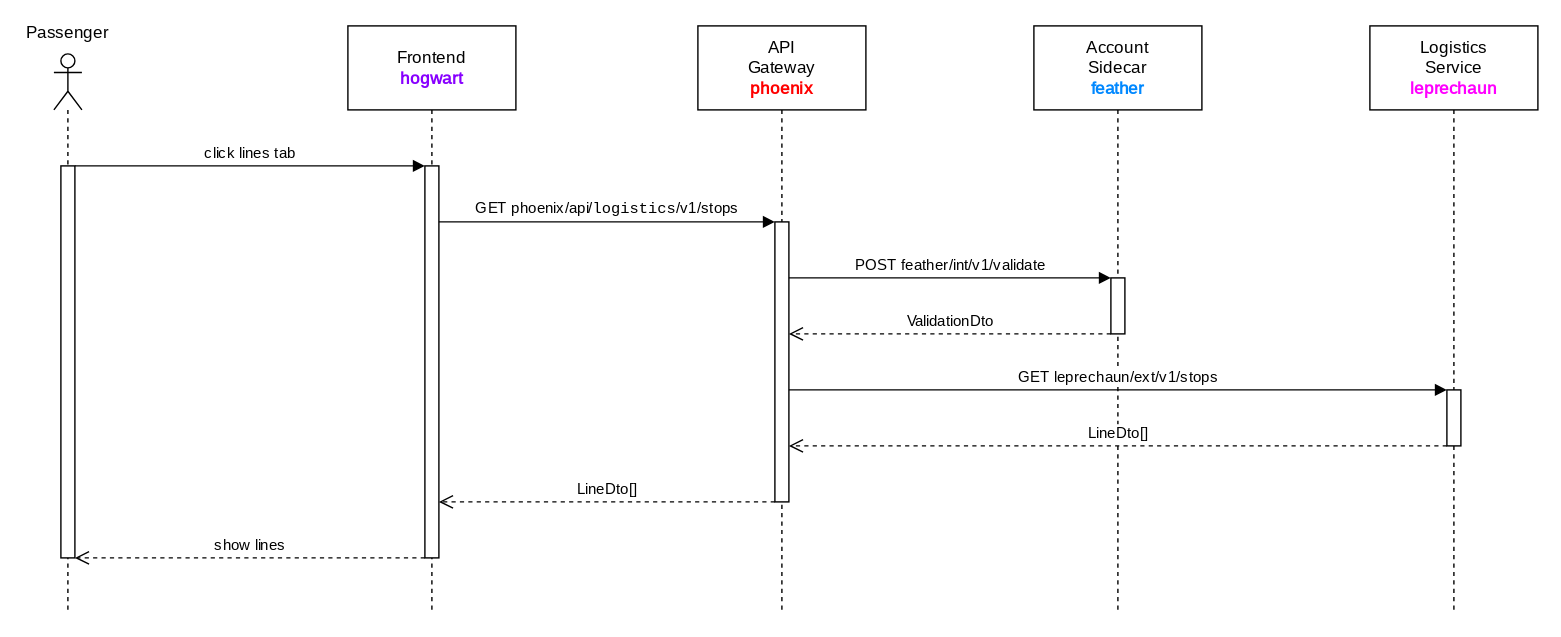
Before: documentation/course/e2/images/sequence-diagram-leprechaun-get-lines.drawio.svg, a diagram exported from draw.io (PWR-ACS-SE-24/SoftwareSystemDesign). Source tidied: cells renumbered, new cells last; positions are measured from the earlier drawing's top-left corner, leaving out a move shared by most shapes. Its diagram source:
```xml
<mxGraphModel>
  <root>
    <mxCell id="0" />
    <mxCell id="1" parent="0" />
    <mxCell id="2" value="&lt;div&gt;API&lt;/div&gt;&lt;div&gt;Gateway&lt;/div&gt;&lt;div&gt;&lt;b&gt;&lt;font color=&quot;#ff0000&quot;&gt;phoenix&lt;/font&gt;&lt;/b&gt;&lt;br&gt;&lt;/div&gt;" style="shape=umlLifeline;perimeter=lifelinePerimeter;whiteSpace=wrap;html=1;newEdgeStyle={&quot;curved&quot;:0,&quot;rounded&quot;:0};size=60;fontFamily=JetBrains Mono;fontSource=https%3A%2F%2Ffonts.googleapis.com%2Fcss%3Ffamily%3DJetBrains%2BMono;" parent="1" vertex="1">
      <mxGeometry x="460" width="120" height="420" as="geometry" />
    </mxCell>
    <mxCell id="3" style="html=1;points=[[0,0,0,0,5],[0,1,0,0,-5],[1,0,0,0,5],[1,1,0,0,-5]];perimeter=orthogonalPerimeter;outlineConnect=0;targetShapes=umlLifeline;portConstraint=eastwest;newEdgeStyle={&quot;curved&quot;:0,&quot;rounded&quot;:0};fontFamily=JetBrains Mono;fontSource=https%3A%2F%2Ffonts.googleapis.com%2Fcss%3Ffamily%3DJetBrains%2BMono;" parent="2" vertex="1">
      <mxGeometry x="55" y="140" width="10" height="200" as="geometry" />
    </mxCell>
    <mxCell id="4" value="Account&lt;br&gt;Sidecar&lt;font color=&quot;#0088ff&quot;&gt;&lt;b&gt;&lt;br&gt;feather&lt;/b&gt;&lt;/font&gt;&lt;br&gt;&lt;font color=&quot;#0088ff&quot;&gt;&lt;b&gt;&lt;/b&gt;&lt;/font&gt;" style="shape=umlLifeline;perimeter=lifelinePerimeter;whiteSpace=wrap;html=1;newEdgeStyle={&quot;curved&quot;:0,&quot;rounded&quot;:0};size=60;fontFamily=JetBrains Mono;fontSource=https%3A%2F%2Ffonts.googleapis.com%2Fcss%3Ffamily%3DJetBrains%2BMono;" parent="1" vertex="1">
      <mxGeometry x="700" width="120" height="420" as="geometry" />
    </mxCell>
    <mxCell id="5" style="html=1;points=[[0,0,0,0,5],[0,1,0,0,-5],[1,0,0,0,5],[1,1,0,0,-5]];perimeter=orthogonalPerimeter;outlineConnect=0;targetShapes=umlLifeline;portConstraint=eastwest;newEdgeStyle={&quot;curved&quot;:0,&quot;rounded&quot;:0};fontFamily=JetBrains Mono;fontSource=https%3A%2F%2Ffonts.googleapis.com%2Fcss%3Ffamily%3DJetBrains%2BMono;" parent="4" vertex="1">
      <mxGeometry x="55" y="180" width="10" height="40" as="geometry" />
    </mxCell>
    <mxCell id="6" value="&lt;div&gt;Frontend&lt;/div&gt;&lt;div&gt;&lt;b&gt;&lt;font color=&quot;#8800ff&quot;&gt;hogwart&lt;/font&gt;&lt;/b&gt;&lt;br&gt;&lt;/div&gt;" style="shape=umlLifeline;perimeter=lifelinePerimeter;whiteSpace=wrap;html=1;newEdgeStyle={&quot;curved&quot;:0,&quot;rounded&quot;:0};size=60;fontFamily=JetBrains Mono;fontSource=https%3A%2F%2Ffonts.googleapis.com%2Fcss%3Ffamily%3DJetBrains%2BMono;" parent="1" vertex="1">
      <mxGeometry x="210" width="120" height="420" as="geometry" />
    </mxCell>
    <mxCell id="7" style="html=1;points=[[0,0,0,0,5],[0,1,0,0,-5],[1,0,0,0,5],[1,1,0,0,-5]];perimeter=orthogonalPerimeter;outlineConnect=0;targetShapes=umlLifeline;portConstraint=eastwest;newEdgeStyle={&quot;curved&quot;:0,&quot;rounded&quot;:0};fontFamily=JetBrains Mono;fontSource=https%3A%2F%2Ffonts.googleapis.com%2Fcss%3Ffamily%3DJetBrains%2BMono;" parent="6" vertex="1">
      <mxGeometry x="55" y="100" width="10" height="280" as="geometry" />
    </mxCell>
    <mxCell id="8" value="&lt;div&gt;Passenger&lt;br&gt;&lt;/div&gt;" style="shape=umlLifeline;perimeter=lifelinePerimeter;whiteSpace=wrap;html=1;newEdgeStyle={&quot;curved&quot;:0,&quot;rounded&quot;:0};participant=umlActor;spacing=0;spacingBottom=70;fontFamily=JetBrains Mono;fontSource=https%3A%2F%2Ffonts.googleapis.com%2Fcss%3Ffamily%3DJetBrains%2BMono;" parent="1" vertex="1">
      <mxGeometry y="20" width="20" height="400" as="geometry" />
    </mxCell>
    <mxCell id="9" style="html=1;points=[[0,0,0,0,5],[0,1,0,0,-5],[1,0,0,0,5],[1,1,0,0,-5]];perimeter=orthogonalPerimeter;outlineConnect=0;targetShapes=umlLifeline;portConstraint=eastwest;newEdgeStyle={&quot;curved&quot;:0,&quot;rounded&quot;:0};fontFamily=JetBrains Mono;fontSource=https%3A%2F%2Ffonts.googleapis.com%2Fcss%3Ffamily%3DJetBrains%2BMono;" parent="8" vertex="1">
      <mxGeometry x="5" y="80" width="10" height="280" as="geometry" />
    </mxCell>
    <mxCell id="10" value="click lines tab" style="html=1;verticalAlign=bottom;endArrow=block;curved=0;rounded=0;fontFamily=JetBrains Mono;fontSource=https%3A%2F%2Ffonts.googleapis.com%2Fcss%3Ffamily%3DJetBrains%2BMono;" parent="1" edge="1" target="7">
      <mxGeometry relative="1" as="geometry">
        <mxPoint x="15" y="100" as="sourcePoint" />
        <Array as="points">
          <mxPoint x="130" y="100" />
        </Array>
      </mxGeometry>
    </mxCell>
    <mxCell id="11" value="&lt;font style=&quot;font-size: 11px;&quot;&gt;GET phoenix/api/&lt;/font&gt;&lt;code class=&quot;notranslate&quot;&gt;logistics&lt;/code&gt;&lt;font style=&quot;font-size: 11px;&quot;&gt;/v1/stops&lt;/font&gt;" style="html=1;verticalAlign=bottom;endArrow=block;curved=0;rounded=0;fontFamily=JetBrains Mono;fontSource=https%3A%2F%2Ffonts.googleapis.com%2Fcss%3Ffamily%3DJetBrains%2BMono;" parent="1" edge="1" source="7" target="3">
      <mxGeometry relative="1" as="geometry">
        <Array as="points">
          <mxPoint x="390" y="140" />
        </Array>
      </mxGeometry>
    </mxCell>
    <mxCell id="12" value="POST feather/int/v1/validate" style="html=1;verticalAlign=bottom;endArrow=block;curved=0;rounded=0;fontFamily=JetBrains Mono;fontSource=https%3A%2F%2Ffonts.googleapis.com%2Fcss%3Ffamily%3DJetBrains%2BMono;" parent="1" edge="1" source="3" target="5">
      <mxGeometry relative="1" as="geometry">
        <Array as="points">
          <mxPoint x="690" y="180" />
        </Array>
      </mxGeometry>
    </mxCell>
    <mxCell id="13" value="&lt;font face=&quot;JetBrains Mono&quot;&gt;ValidationDto&lt;/font&gt;" style="html=1;verticalAlign=bottom;endArrow=open;dashed=1;endSize=8;curved=0;rounded=0;" parent="1" edge="1" source="5" target="3">
      <mxGeometry relative="1" as="geometry">
        <Array as="points">
          <mxPoint x="690" y="220" />
        </Array>
      </mxGeometry>
    </mxCell>
    <mxCell id="14" value="&lt;font face=&quot;JetBrains Mono&quot;&gt;LineDto[]&lt;/font&gt;" style="html=1;verticalAlign=bottom;endArrow=open;dashed=1;endSize=8;curved=0;rounded=0;" parent="1" edge="1" source="17" target="3">
      <mxGeometry relative="1" as="geometry">
        <Array as="points">
          <mxPoint x="760" y="300" />
        </Array>
      </mxGeometry>
    </mxCell>
    <mxCell id="15" value="&lt;font face=&quot;JetBrains Mono&quot;&gt;show lines&lt;br&gt;&lt;/font&gt;" style="html=1;verticalAlign=bottom;endArrow=open;dashed=1;endSize=8;curved=0;rounded=0;" parent="1" edge="1" source="7" target="9">
      <mxGeometry relative="1" as="geometry">
        <Array as="points">
          <mxPoint x="140" y="380" />
        </Array>
      </mxGeometry>
    </mxCell>
    <mxCell id="16" value="Logistics&lt;br&gt;Service&lt;br&gt;&lt;b&gt;&lt;font color=&quot;#ff00ff&quot;&gt;leprechaun&lt;/font&gt;&lt;/b&gt;" style="shape=umlLifeline;perimeter=lifelinePerimeter;whiteSpace=wrap;html=1;newEdgeStyle={&quot;curved&quot;:0,&quot;rounded&quot;:0};size=60;fontFamily=JetBrains Mono;fontSource=https%3A%2F%2Ffonts.googleapis.com%2Fcss%3Ffamily%3DJetBrains%2BMono;" parent="1" vertex="1">
      <mxGeometry x="940" width="120" height="420" as="geometry" />
    </mxCell>
    <mxCell id="17" style="html=1;points=[[0,0,0,0,5],[0,1,0,0,-5],[1,0,0,0,5],[1,1,0,0,-5]];perimeter=orthogonalPerimeter;outlineConnect=0;targetShapes=umlLifeline;portConstraint=eastwest;newEdgeStyle={&quot;curved&quot;:0,&quot;rounded&quot;:0};fontFamily=JetBrains Mono;fontSource=https%3A%2F%2Ffonts.googleapis.com%2Fcss%3Ffamily%3DJetBrains%2BMono;" parent="16" vertex="1">
      <mxGeometry x="55" y="260" width="10" height="40" as="geometry" />
    </mxCell>
    <mxCell id="18" value="GET leprechaun/ext/v1/stops" style="html=1;verticalAlign=bottom;endArrow=block;curved=0;rounded=0;fontFamily=JetBrains Mono;fontSource=https%3A%2F%2Ffonts.googleapis.com%2Fcss%3Ffamily%3DJetBrains%2BMono;" parent="1" edge="1" source="3" target="17">
      <mxGeometry relative="1" as="geometry" />
    </mxCell>
    <mxCell id="19" value="&lt;font face=&quot;JetBrains Mono&quot;&gt;LineDto[]&lt;/font&gt;" style="html=1;verticalAlign=bottom;endArrow=open;dashed=1;endSize=8;curved=0;rounded=0;" parent="1" edge="1" source="3" target="7">
      <mxGeometry relative="1" as="geometry">
        <Array as="points">
          <mxPoint x="390" y="340" />
        </Array>
      </mxGeometry>
    </mxCell>
  </root>
</mxGraphModel>
```
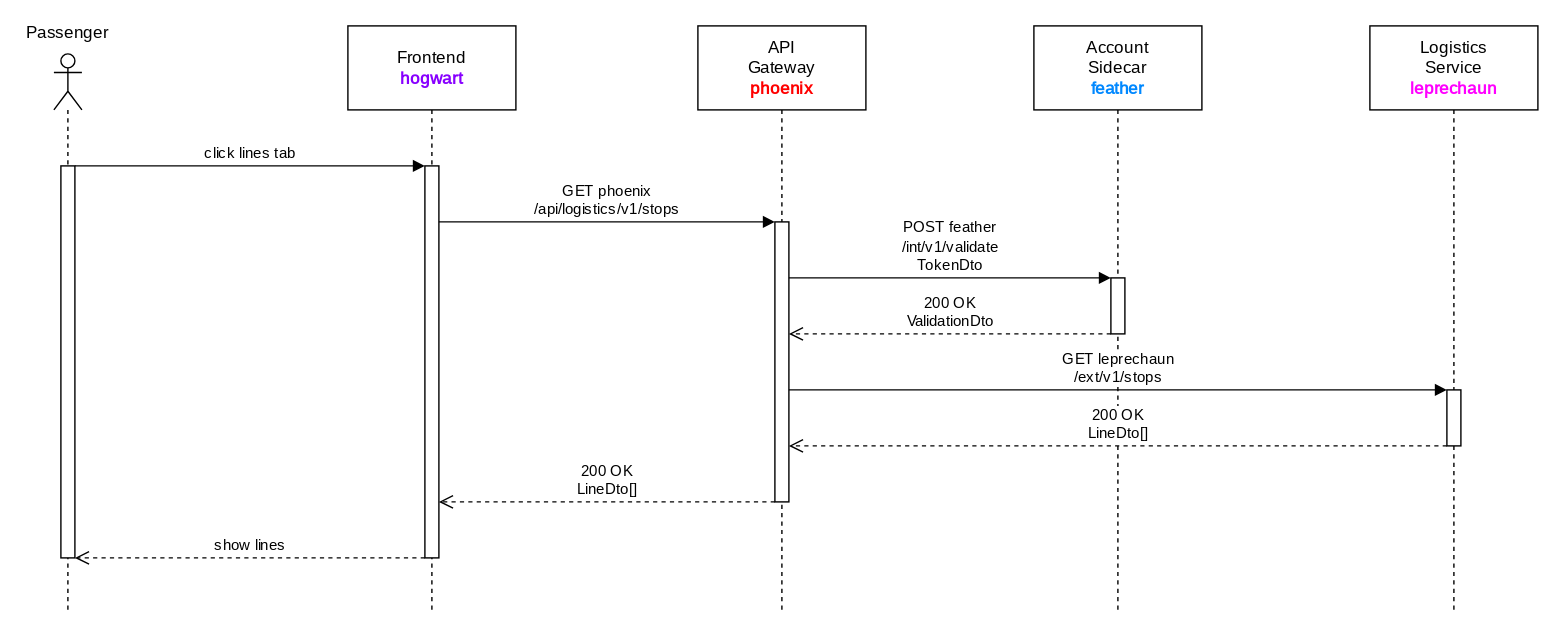
The same diagram one commit later.

What changed in the source:
```diff
@@ -34,35 +34,28 @@
         </Array>
       </mxGeometry>
     </mxCell>
-    <mxCell id="11" value="&lt;font style=&quot;font-size: 11px;&quot;&gt;GET phoenix/api/&lt;/font&gt;&lt;code class=&quot;notranslate&quot;&gt;logistics&lt;/code&gt;&lt;font style=&quot;font-size: 11px;&quot;&gt;/v1/stops&lt;/font&gt;" style="html=1;verticalAlign=bottom;endArrow=block;curved=0;rounded=0;fontFamily=JetBrains Mono;fontSource=https%3A%2F%2Ffonts.googleapis.com%2Fcss%3Ffamily%3DJetBrains%2BMono;" parent="1" edge="1" source="7" target="3">
-      <mxGeometry relative="1" as="geometry">
-        <Array as="points">
-          <mxPoint x="390" y="140" />
-        </Array>
-      </mxGeometry>
-    </mxCell>
-    <mxCell id="12" value="POST feather/int/v1/validate" style="html=1;verticalAlign=bottom;endArrow=block;curved=0;rounded=0;fontFamily=JetBrains Mono;fontSource=https%3A%2F%2Ffonts.googleapis.com%2Fcss%3Ffamily%3DJetBrains%2BMono;" parent="1" edge="1" source="3" target="5">
+    <mxCell id="12" value="POST feather&lt;br&gt;/int/v1/validate&lt;br&gt;TokenDto" style="html=1;verticalAlign=bottom;endArrow=block;curved=0;rounded=0;fontFamily=JetBrains Mono;fontSource=https%3A%2F%2Ffonts.googleapis.com%2Fcss%3Ffamily%3DJetBrains%2BMono;" parent="1" edge="1" source="3" target="5">
       <mxGeometry relative="1" as="geometry">
         <Array as="points">
           <mxPoint x="690" y="180" />
         </Array>
       </mxGeometry>
     </mxCell>
-    <mxCell id="13" value="&lt;font face=&quot;JetBrains Mono&quot;&gt;ValidationDto&lt;/font&gt;" style="html=1;verticalAlign=bottom;endArrow=open;dashed=1;endSize=8;curved=0;rounded=0;" parent="1" edge="1" source="5" target="3">
+    <mxCell id="13" value="&lt;font&gt;200 OK&lt;br&gt;ValidationDto&lt;/font&gt;" style="html=1;verticalAlign=bottom;endArrow=open;dashed=1;endSize=8;curved=0;rounded=0;fontFamily=JetBrains Mono;fontSource=https%3A%2F%2Ffonts.googleapis.com%2Fcss%3Ffamily%3DJetBrains%2BMono;" parent="1" edge="1" source="5" target="3">
       <mxGeometry relative="1" as="geometry">
         <Array as="points">
           <mxPoint x="690" y="220" />
         </Array>
       </mxGeometry>
     </mxCell>
-    <mxCell id="14" value="&lt;font face=&quot;JetBrains Mono&quot;&gt;LineDto[]&lt;/font&gt;" style="html=1;verticalAlign=bottom;endArrow=open;dashed=1;endSize=8;curved=0;rounded=0;" parent="1" edge="1" source="17" target="3">
+    <mxCell id="14" value="&lt;font&gt;200 OK&lt;br&gt;LineDto[]&lt;/font&gt;" style="html=1;verticalAlign=bottom;endArrow=open;dashed=1;endSize=8;curved=0;rounded=0;fontFamily=JetBrains Mono;fontSource=https%3A%2F%2Ffonts.googleapis.com%2Fcss%3Ffamily%3DJetBrains%2BMono;" parent="1" edge="1" source="17" target="3">
       <mxGeometry relative="1" as="geometry">
         <Array as="points">
           <mxPoint x="760" y="300" />
         </Array>
       </mxGeometry>
     </mxCell>
-    <mxCell id="15" value="&lt;font face=&quot;JetBrains Mono&quot;&gt;show lines&lt;br&gt;&lt;/font&gt;" style="html=1;verticalAlign=bottom;endArrow=open;dashed=1;endSize=8;curved=0;rounded=0;" parent="1" edge="1" source="7" target="9">
+    <mxCell id="15" value="&lt;font&gt;show lines&lt;br&gt;&lt;/font&gt;" style="html=1;verticalAlign=bottom;endArrow=open;dashed=1;endSize=8;curved=0;rounded=0;fontFamily=JetBrains Mono;fontSource=https%3A%2F%2Ffonts.googleapis.com%2Fcss%3Ffamily%3DJetBrains%2BMono;" parent="1" edge="1" source="7" target="9">
       <mxGeometry relative="1" as="geometry">
         <Array as="points">
           <mxPoint x="140" y="380" />
@@ -75,15 +68,22 @@
     <mxCell id="17" style="html=1;points=[[0,0,0,0,5],[0,1,0,0,-5],[1,0,0,0,5],[1,1,0,0,-5]];perimeter=orthogonalPerimeter;outlineConnect=0;targetShapes=umlLifeline;portConstraint=eastwest;newEdgeStyle={&quot;curved&quot;:0,&quot;rounded&quot;:0};fontFamily=JetBrains Mono;fontSource=https%3A%2F%2Ffonts.googleapis.com%2Fcss%3Ffamily%3DJetBrains%2BMono;" parent="16" vertex="1">
       <mxGeometry x="55" y="260" width="10" height="40" as="geometry" />
     </mxCell>
-    <mxCell id="18" value="GET leprechaun/ext/v1/stops" style="html=1;verticalAlign=bottom;endArrow=block;curved=0;rounded=0;fontFamily=JetBrains Mono;fontSource=https%3A%2F%2Ffonts.googleapis.com%2Fcss%3Ffamily%3DJetBrains%2BMono;" parent="1" edge="1" source="3" target="17">
+    <mxCell id="18" value="GET leprechaun&lt;br&gt;/ext/v1/stops" style="html=1;verticalAlign=bottom;endArrow=block;curved=0;rounded=0;fontFamily=JetBrains Mono;fontSource=https%3A%2F%2Ffonts.googleapis.com%2Fcss%3Ffamily%3DJetBrains%2BMono;" parent="1" edge="1" source="3" target="17">
       <mxGeometry relative="1" as="geometry" />
     </mxCell>
-    <mxCell id="19" value="&lt;font face=&quot;JetBrains Mono&quot;&gt;LineDto[]&lt;/font&gt;" style="html=1;verticalAlign=bottom;endArrow=open;dashed=1;endSize=8;curved=0;rounded=0;" parent="1" edge="1" source="3" target="7">
+    <mxCell id="19" value="&lt;font&gt;200 OK&lt;br&gt;LineDto[]&lt;/font&gt;" style="html=1;verticalAlign=bottom;endArrow=open;dashed=1;endSize=8;curved=0;rounded=0;fontFamily=JetBrains Mono;fontSource=https%3A%2F%2Ffonts.googleapis.com%2Fcss%3Ffamily%3DJetBrains%2BMono;" parent="1" edge="1" source="3" target="7">
       <mxGeometry relative="1" as="geometry">
         <Array as="points">
           <mxPoint x="390" y="340" />
         </Array>
       </mxGeometry>
     </mxCell>
+    <mxCell id="11" value="GET phoenix&lt;br&gt;/api/logistics/v1/stops" style="html=1;verticalAlign=bottom;endArrow=block;curved=0;rounded=0;fontFamily=JetBrains Mono;fontSource=https%3A%2F%2Ffonts.googleapis.com%2Fcss%3Ffamily%3DJetBrains%2BMono;" parent="1" edge="1" source="7" target="3">
+      <mxGeometry relative="1" as="geometry">
+        <Array as="points">
+          <mxPoint x="400" y="140" />
+        </Array>
+      </mxGeometry>
+    </mxCell>
   </root>
 </mxGraphModel>
```
